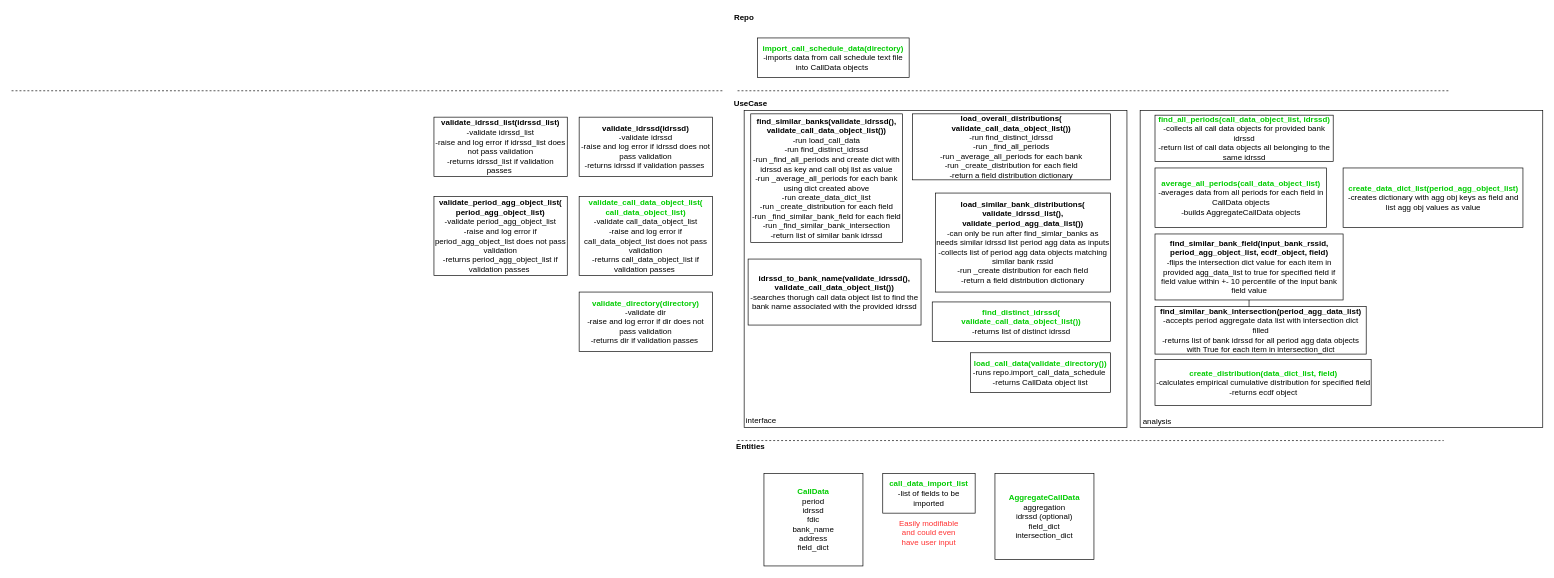
JasonBrauer/banklikex keeps this draw.io diagram as page "architecture" (1 of 5) of architecture/bank_like_x_architecture.drawio. Above is the earlier version. Source tidied: cells renumbered, new cells numbered last; positions are measured from the earlier drawing's top-left corner, leaving out a move shared by most shapes. Both pictures are drawn from the tidied source at 66%, with x=0, y=0 at pixel (11, 11).
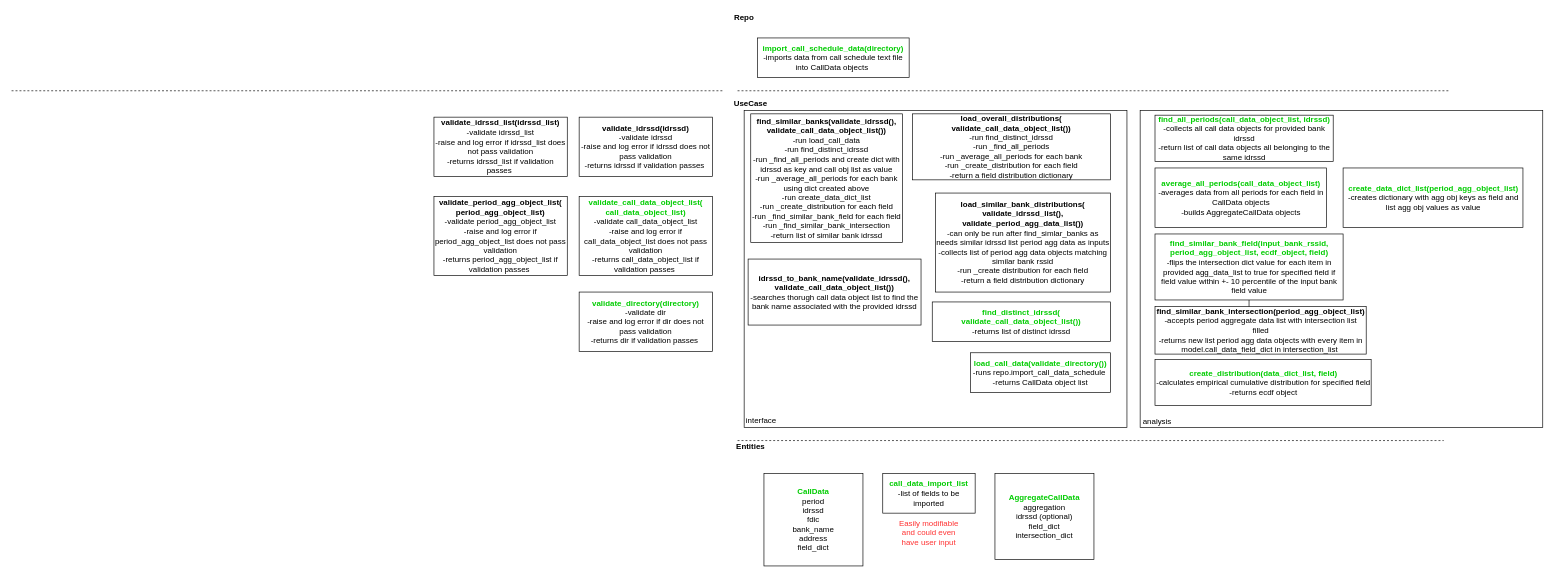
The same page after the edit.

What changed in the source:
```diff
@@
-    <mxCell id="21" value="&lt;b&gt;find_similar_bank_field(input_bank_rssid, period_agg_object_list, ecdf_object, field)&lt;/b&gt;&lt;br&gt;-flips the intersection dict value for each item in provided agg_data_list to true for specified field if field value within +- 10 percentile of the input bank field value" style="rounded=0;whiteSpace=wrap;html=1;" parent="1" vertex="1">
+    <mxCell id="21" value="&lt;b&gt;&lt;font color=&quot;#00cc00&quot;&gt;find_similar_bank_field(input_bank_rssid, period_agg_object_list, ecdf_object, field)&lt;/font&gt;&lt;/b&gt;&lt;br&gt;-flips the intersection dict value for each item in provided agg_data_list to true for specified field if field value within +- 10 percentile of the input bank field value" style="rounded=0;whiteSpace=wrap;html=1;" parent="1" vertex="1">
       <mxGeometry x="1732.5" y="337" width="285" height="100" as="geometry" />
     </mxCell>
-    <mxCell id="22" value="&lt;b&gt;find_similar_bank_intersection(period_agg_data_list)&lt;/b&gt;&lt;br&gt;-accepts period aggregate data list with intersection dict filled&lt;br&gt;-returns list of bank idrssd for all period agg data objects with True for each item in intersection_dict" style="rounded=0;whiteSpace=wrap;html=1;" parent="1" vertex="1">
+    <mxCell id="22" value="&lt;b&gt;find_similar_bank_intersection(period_agg_object_list)&lt;/b&gt;&lt;br&gt;-accepts period aggregate data list with intersection list filled&lt;br&gt;-returns new list period agg data objects with every item in model.call_data_field_dict in intersection_list&amp;nbsp;" style="rounded=0;whiteSpace=wrap;html=1;" parent="1" vertex="1">
       <mxGeometry x="1732.5" y="447" width="320" height="72" as="geometry" />
     </mxCell>
```
